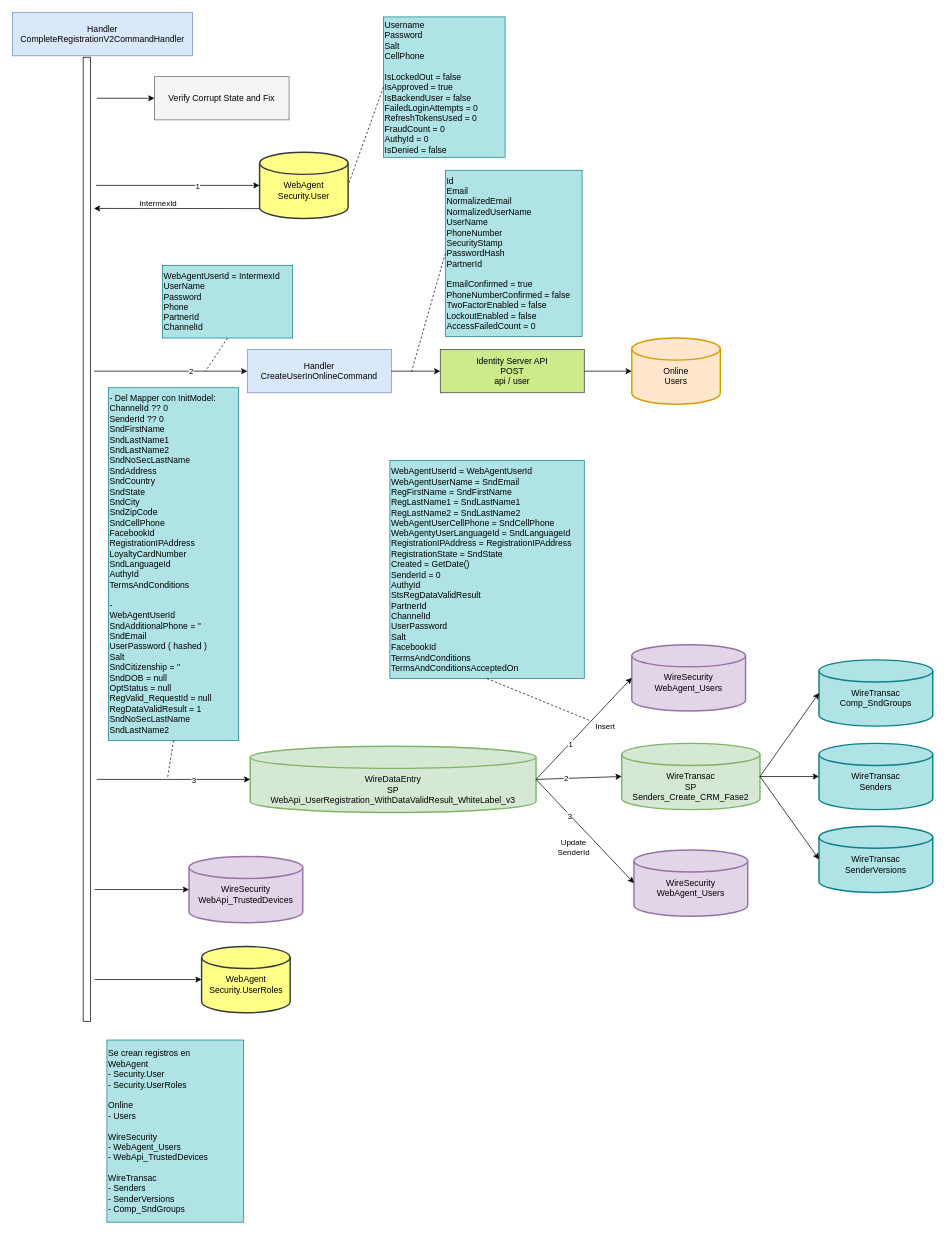
Before: user-api-post-api-registration.drawio in notariopablomarcelo/intermex, a draw.io diagram. Source tidied: cells renumbered, new cells numbered last; positions are measured from the earlier drawing's top-left corner, leaving out a move shared by most shapes. Both pictures are drawn from the tidied source at 72%, with x=0, y=0 at pixel (12, 12).
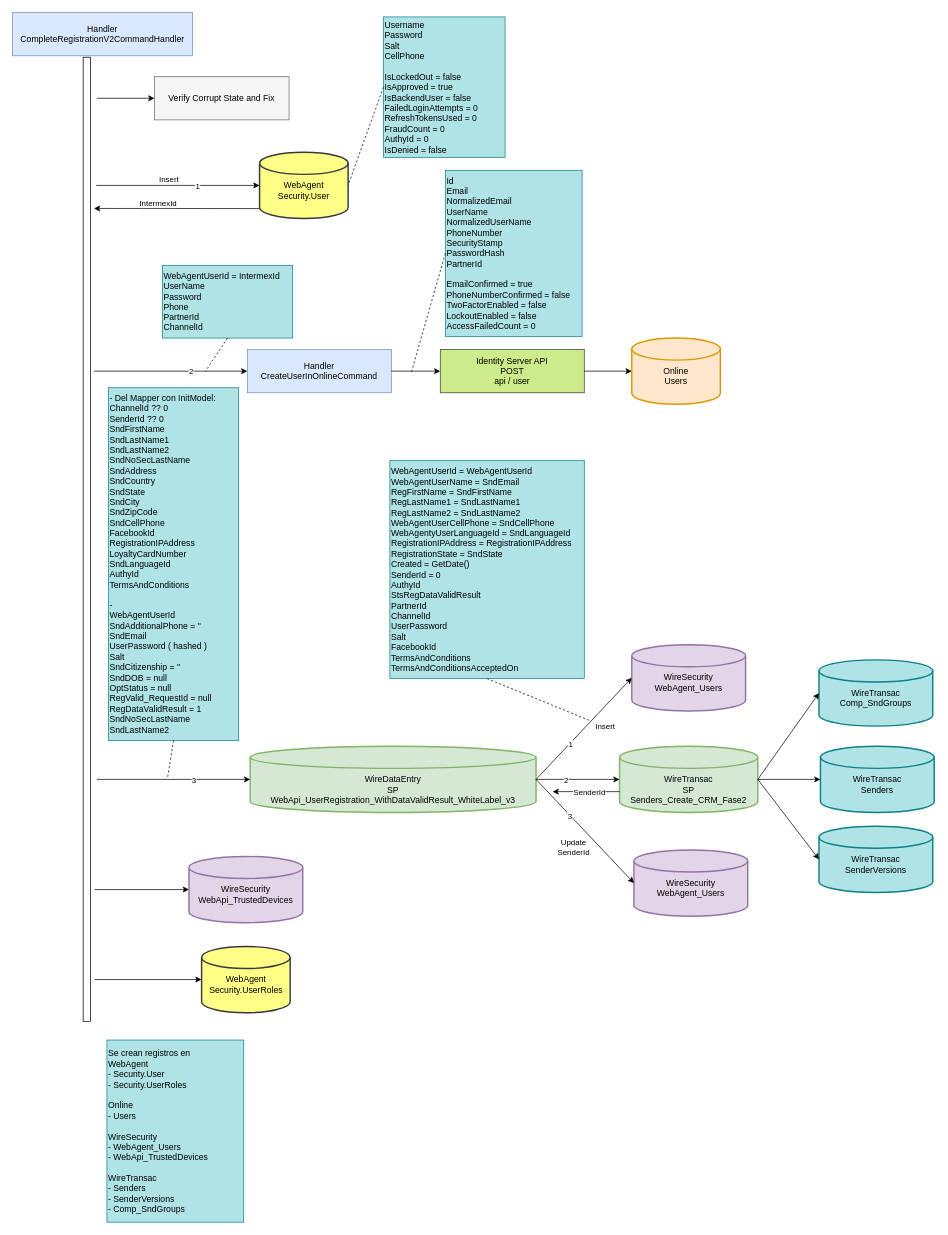
Above is the later version.

The change refers to these unchanged cells:
```xml
<mxCell id="11" style="endArrow=classic;html=1;rounded=0;entryX=0;entryY=0.5;entryDx=0;entryDy=0;entryPerimeter=0;" parent="1" edge="1" target="3">
  <mxGeometry relative="1" as="geometry">
    <mxPoint x="116" y="240" as="sourcePoint" />
  </mxGeometry>
</mxCell>
```

Change to the diagram source:
```diff
@@
+    <mxCell id="53" value="Insert" style="edgeLabel;html=1;align=center;verticalAlign=middle;" parent="11" vertex="1">
+      <mxGeometry x="-0.15" y="-2" relative="1" as="geometry">
+        <mxPoint x="4" y="-11" as="offset" />
+      </mxGeometry>
+    </mxCell>
@@
-    <mxCell id="20" value="Id&lt;br&gt;Email&lt;br&gt;NormalizedEmail&lt;br&gt;NormalizedUserName&lt;br&gt;UserName&lt;br&gt;PhoneNumber&lt;br&gt;SecurityStamp&lt;br&gt;PasswordHash&lt;br&gt;PartnerId&lt;br&gt;&lt;br&gt;EmailConfirmed = true&lt;br&gt;PhoneNumberConfirmed = false&lt;br&gt;TwoFactorEnabled = false&lt;br&gt;LockoutEnabled = false&lt;br&gt;AccessFailedCount = 0" style="text;html=1;strokeColor=#0e8088;fillColor=#b0e3e6;align=left;verticalAlign=middle;whiteSpace=wrap;rounded=0;" parent="1" vertex="1">
+    <mxCell id="20" value="Id&lt;br&gt;Email&lt;br&gt;NormalizedEmail&lt;br&gt;UserName&lt;br&gt;NormalizedUserName&lt;br&gt;PhoneNumber&lt;br&gt;SecurityStamp&lt;br&gt;PasswordHash&lt;br&gt;PartnerId&lt;br&gt;&lt;br&gt;EmailConfirmed = true&lt;br&gt;PhoneNumberConfirmed = false&lt;br&gt;TwoFactorEnabled = false&lt;br&gt;LockoutEnabled = false&lt;br&gt;AccessFailedCount = 0" style="text;html=1;strokeColor=#0e8088;fillColor=#b0e3e6;align=left;verticalAlign=middle;whiteSpace=wrap;rounded=0;" parent="1" vertex="1">
       <mxGeometry x="601" y="219" width="190" height="231" as="geometry" />
     </mxCell>
@@
     <mxCell id="33" value="&lt;br&gt;&lt;br&gt;WireTransac&lt;br&gt;SP&lt;br&gt;Senders_Create_CRM_Fase2" style="strokeWidth=2;html=1;shape=mxgraph.flowchart.database;whiteSpace=wrap;fillColor=#d5e8d4;strokeColor=#82b366;" parent="1" vertex="1">
-      <mxGeometry x="846" y="1015" width="192" height="92" as="geometry" />
+      <mxGeometry x="843" y="1019" width="192" height="92" as="geometry" />
     </mxCell>
@@
     <mxCell id="38" value="&lt;br&gt;WireTransac&lt;br&gt;Senders" style="strokeWidth=2;html=1;shape=mxgraph.flowchart.database;whiteSpace=wrap;fillColor=#b0e3e6;strokeColor=#0e8088;" parent="1" vertex="1">
-      <mxGeometry x="1120" y="1015" width="158" height="92" as="geometry" />
+      <mxGeometry x="1122" y="1019" width="158" height="92" as="geometry" />
     </mxCell>
@@
+    <mxCell id="54" style="endArrow=classic;html=1;rounded=0;exitX=0;exitY=0.685;exitDx=0;exitDy=0;exitPerimeter=0;" parent="1" edge="1" source="33">
+      <mxGeometry relative="1" as="geometry">
+        <mxPoint x="750" y="1082" as="targetPoint" />
+      </mxGeometry>
+    </mxCell>
+    <mxCell id="55" value="SenderId" style="edgeLabel;html=1;align=center;verticalAlign=middle;" parent="54" vertex="1">
+      <mxGeometry x="-0.31" relative="1" as="geometry">
+        <mxPoint x="-11" as="offset" />
+      </mxGeometry>
+    </mxCell>
```
